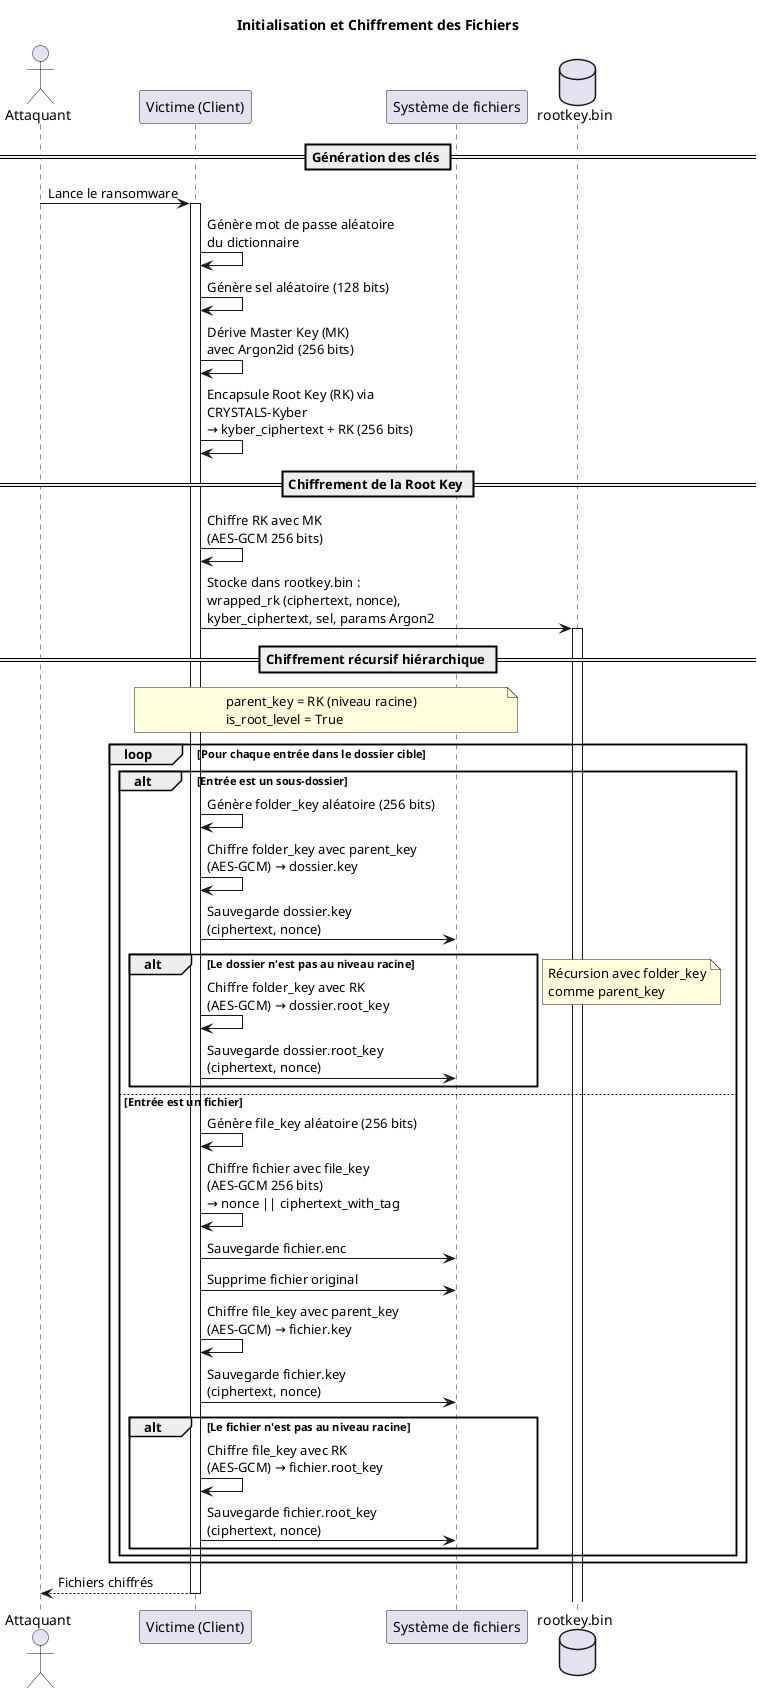
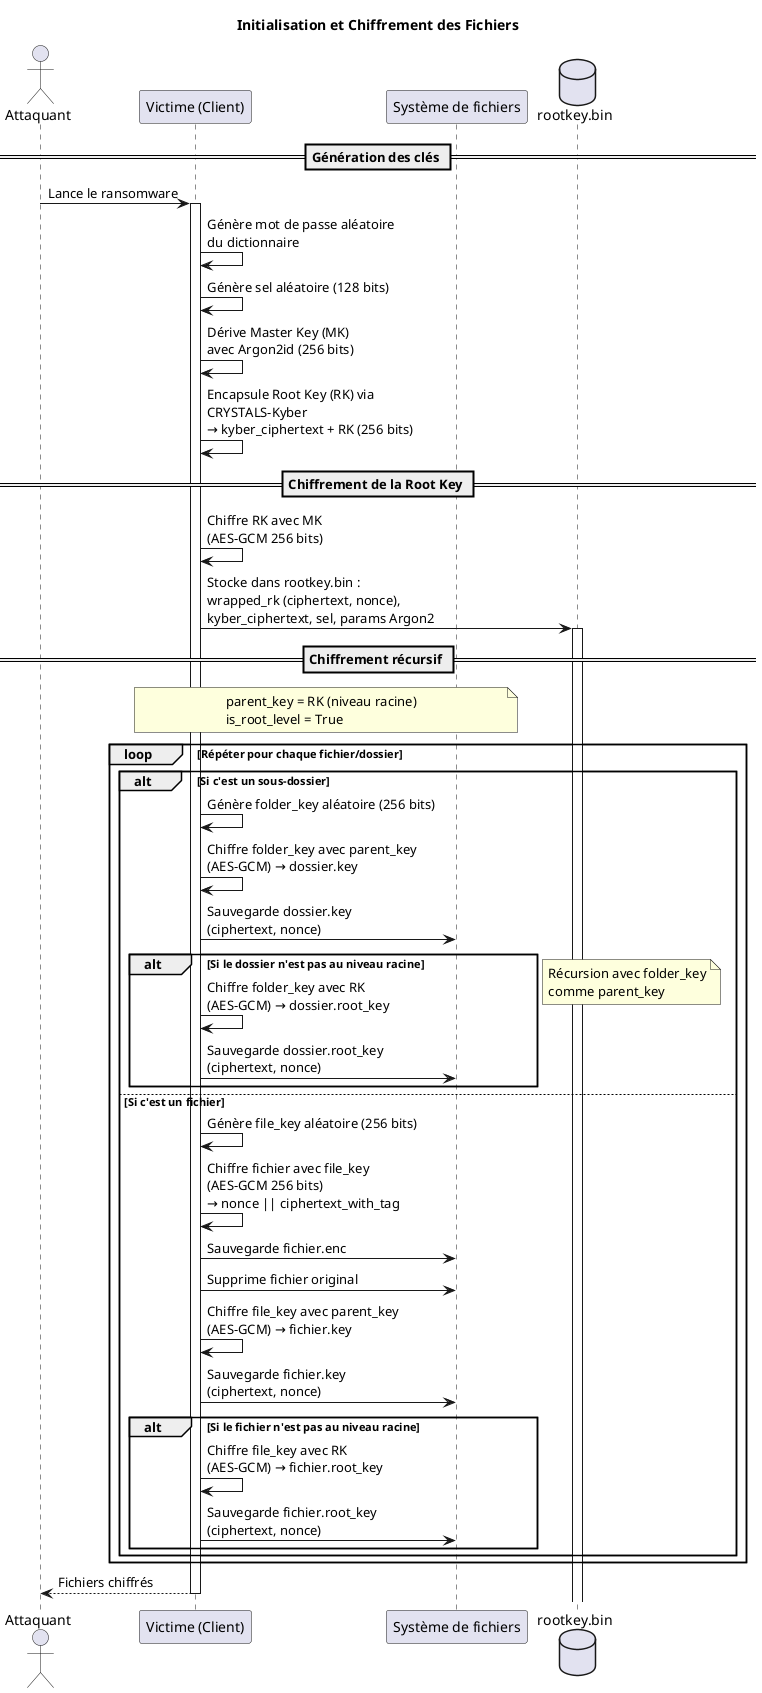
@startuml 01-Initialisation_Chiffrement

title Initialisation et Chiffrement des Fichiers

actor Attaquant as attacker
participant "Victime (Client)" as victime
participant "Système de fichiers" as fs
database "rootkey.bin" as rootkey

== Génération des clés ==
attacker -> victime: Lance le ransomware
activate victime

victime -> victime: Génère mot de passe aléatoire\ndu dictionnaire
victime -> victime: Génère sel aléatoire (128 bits)
victime -> victime: Dérive Master Key (MK)\navec Argon2id (256 bits)
victime -> victime: Encapsule Root Key (RK) via\nCRYSTALS-Kyber\n→ kyber_ciphertext + RK (256 bits)

== Chiffrement de la Root Key ==
victime -> victime: Chiffre RK avec MK\n(AES-GCM 256 bits)
victime -> rootkey: Stocke dans rootkey.bin :\nwrapped_rk (ciphertext, nonce),\nkyber_ciphertext, sel, params Argon2
activate rootkey

- == Chiffrement récursif hiérarchique ==
+ == Chiffrement récursif ==
note over victime, fs
  parent_key = RK (niveau racine)
  is_root_level = True
end note

- loop Pour chaque entrée dans le dossier cible
-   alt Entrée est un sous-dossier
+ loop Répéter pour chaque fichier/dossier
+   alt Si c'est un sous-dossier
    victime -> victime: Génère folder_key aléatoire (256 bits)
    victime -> victime: Chiffre folder_key avec parent_key\n(AES-GCM) → dossier.key
    victime -> fs: Sauvegarde dossier.key\n(ciphertext, nonce)
-     alt Le dossier n'est pas au niveau racine
+     alt Si le dossier n'est pas au niveau racine
      victime -> victime: Chiffre folder_key avec RK\n(AES-GCM) → dossier.root_key
      victime -> fs: Sauvegarde dossier.root_key\n(ciphertext, nonce)
    end
    note right: Récursion avec folder_key\ncomme parent_key
-   else Entrée est un fichier
+   else Si c'est un fichier
    victime -> victime: Génère file_key aléatoire (256 bits)
    victime -> victime: Chiffre fichier avec file_key\n(AES-GCM 256 bits)\n→ nonce || ciphertext_with_tag
    victime -> fs: Sauvegarde fichier.enc
    victime -> fs: Supprime fichier original
    victime -> victime: Chiffre file_key avec parent_key\n(AES-GCM) → fichier.key
    victime -> fs: Sauvegarde fichier.key\n(ciphertext, nonce)
-     alt Le fichier n'est pas au niveau racine
+     alt Si le fichier n'est pas au niveau racine
      victime -> victime: Chiffre file_key avec RK\n(AES-GCM) → fichier.root_key
      victime -> fs: Sauvegarde fichier.root_key\n(ciphertext, nonce)
    end
  end
end

victime --> attacker: Fichiers chiffrés
deactivate victime

@enduml
